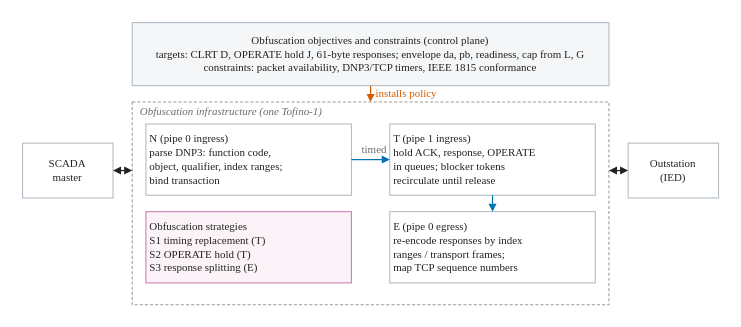
akekulip/DNP3_obf keeps this draw.io diagram as paper/rewrite/figures/nomad/fig_nomad_components.drawio. Above is the earlier version. Source tidied: cells renumbered, new cells numbered last; positions are measured from the earlier drawing's top-left corner, leaving out a move shared by most shapes. Both pictures are drawn from the tidied source at 137%, with x=0, y=0 at pixel (22, 22).
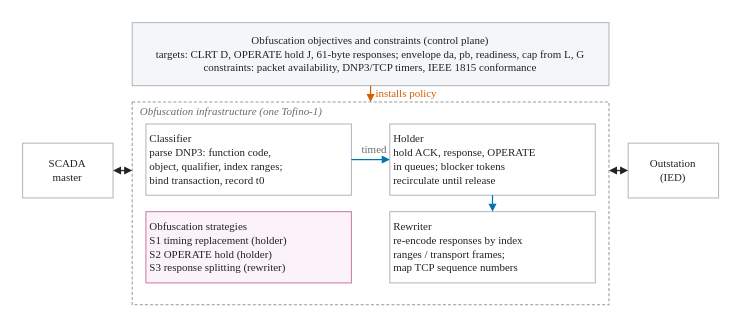
The same diagram, later.

What changed in the source:
```diff
@@
-    <mxCell id="7" value="N (pipe 0 ingress)&#10;parse DNP3: function code,&#10;object, qualifier, index ranges;&#10;bind transaction" style="rounded=0;html=0;whiteSpace=nowrap;align=left;verticalAlign=middle;fontFamily=Times New Roman;fontSize=8.0;fontColor=#222222;fillColor=#FFFFFF;strokeColor=#AEB8C1;strokeWidth=0.75;spacing=3;fontStyle=0;" parent="1" vertex="1">
+    <mxCell id="7" value="Classifier&#10;parse DNP3: function code,&#10;object, qualifier, index ranges;&#10;bind transaction, record t0" style="rounded=0;html=0;whiteSpace=nowrap;align=left;verticalAlign=middle;fontFamily=Times New Roman;fontSize=8.0;fontColor=#222222;fillColor=#FFFFFF;strokeColor=#AEB8C1;strokeWidth=0.75;spacing=3;fontStyle=0;" parent="1" vertex="1">
       <mxGeometry x="90" y="74" width="150" height="52" as="geometry" />
     </mxCell>
-    <mxCell id="8" value="T (pipe 1 ingress)&#10;hold ACK, response, OPERATE&#10;in queues; blocker tokens&#10;recirculate until release" style="rounded=0;html=0;whiteSpace=nowrap;align=left;verticalAlign=middle;fontFamily=Times New Roman;fontSize=8.0;fontColor=#222222;fillColor=#FFFFFF;strokeColor=#AEB8C1;strokeWidth=0.75;spacing=3;fontStyle=0;" parent="1" vertex="1">
+    <mxCell id="8" value="Holder&#10;hold ACK, response, OPERATE&#10;in queues; blocker tokens&#10;recirculate until release" style="rounded=0;html=0;whiteSpace=nowrap;align=left;verticalAlign=middle;fontFamily=Times New Roman;fontSize=8.0;fontColor=#222222;fillColor=#FFFFFF;strokeColor=#AEB8C1;strokeWidth=0.75;spacing=3;fontStyle=0;" parent="1" vertex="1">
       <mxGeometry x="268" y="74" width="150" height="52" as="geometry" />
     </mxCell>
-    <mxCell id="9" value="E (pipe 0 egress)&#10;re-encode responses by index&#10;ranges / transport frames;&#10;map TCP sequence numbers" style="rounded=0;html=0;whiteSpace=nowrap;align=left;verticalAlign=middle;fontFamily=Times New Roman;fontSize=8.0;fontColor=#222222;fillColor=#FFFFFF;strokeColor=#AEB8C1;strokeWidth=0.75;spacing=3;fontStyle=0;" parent="1" vertex="1">
+    <mxCell id="9" value="Rewriter&#10;re-encode responses by index&#10;ranges / transport frames;&#10;map TCP sequence numbers" style="rounded=0;html=0;whiteSpace=nowrap;align=left;verticalAlign=middle;fontFamily=Times New Roman;fontSize=8.0;fontColor=#222222;fillColor=#FFFFFF;strokeColor=#AEB8C1;strokeWidth=0.75;spacing=3;fontStyle=0;" parent="1" vertex="1">
       <mxGeometry x="268" y="138" width="150" height="52" as="geometry" />
     </mxCell>
-    <mxCell id="10" value="Obfuscation strategies&#10;S1 timing replacement (T)&#10;S2 OPERATE hold (T)&#10;S3 response splitting (E)" style="rounded=0;html=0;whiteSpace=nowrap;align=left;verticalAlign=middle;fontFamily=Times New Roman;fontSize=8.0;fontColor=#222222;fillColor=#FBF3F8;strokeColor=#CC79A7;strokeWidth=0.75;spacing=3;fontStyle=0;" parent="1" vertex="1">
+    <mxCell id="10" value="Obfuscation strategies&#10;S1 timing replacement (holder)&#10;S2 OPERATE hold (holder)&#10;S3 response splitting (rewriter)" style="rounded=0;html=0;whiteSpace=nowrap;align=left;verticalAlign=middle;fontFamily=Times New Roman;fontSize=8.0;fontColor=#222222;fillColor=#FBF3F8;strokeColor=#CC79A7;strokeWidth=0.75;spacing=3;fontStyle=0;" parent="1" vertex="1">
       <mxGeometry x="90" y="138" width="150" height="52" as="geometry" />
     </mxCell>
```
